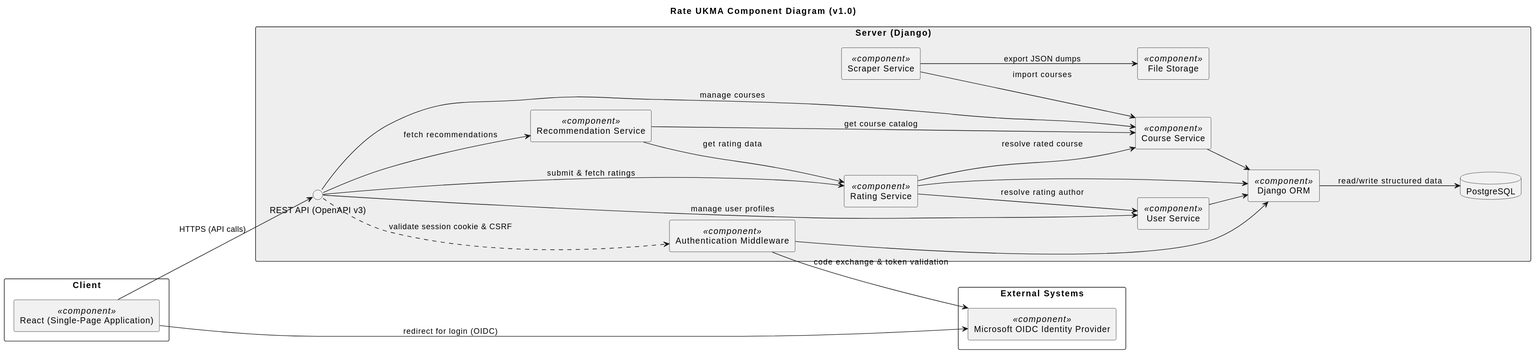
Above: docs/architecture/uml/component-diagram.svg in ukma-cs-ssdm-2025/rate-ukma (PlantUML), before the change.
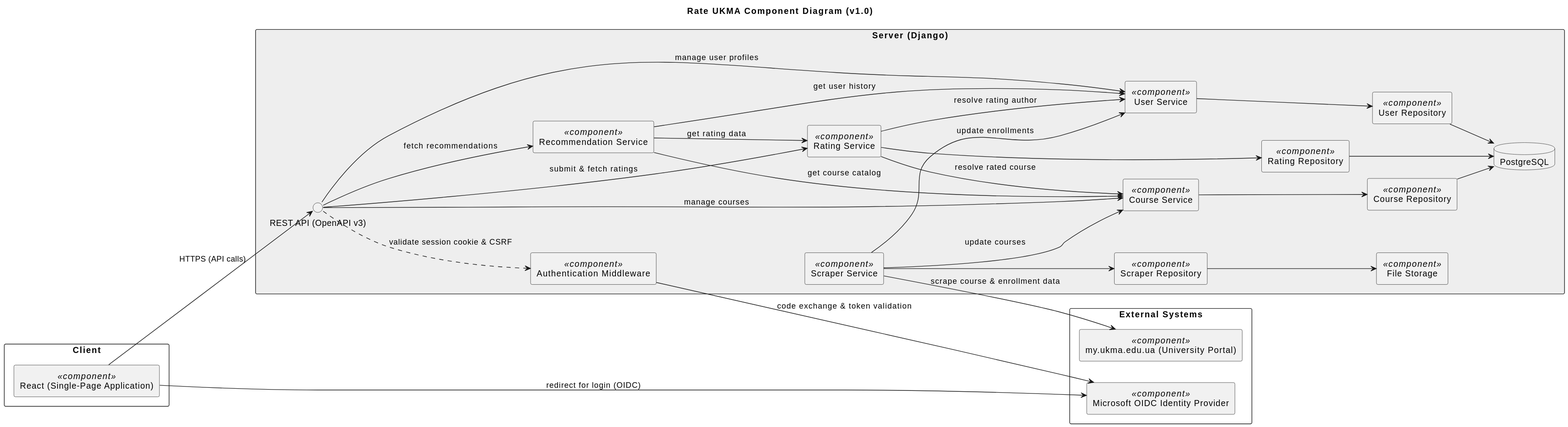
Later version of the same file.

Commit message:
docs(#30): add repositories, ukma portal and missing relations

The edit, as a diff of the source:
```diff
@@ -11,6 +11,7 @@
 
 package "External Systems" {
   [Microsoft OIDC Identity Provider] <<component>> as MicrosoftOIDC
+  [my.ukma.edu.ua (University Portal)] <<component>> as UkmaPortal
 }
 
 package "Server (Django)" #EEE {
@@ -23,10 +24,14 @@
   [Course Service]           <<component>> as CourseService
   [User Service]             <<component>> as UserService
   [Scraper Service]          <<component>> as ScraperService
-  [Django ORM]               <<component>> as DjangoORM
-  [File Storage]             <<component>> as FileStorage
 
-  database "PostgreSQL" as PostgreSQL
+  [Course Repository]        <<component>> as CourseRepository
+  [Rating Repository]        <<component>> as RatingRepository
+  [User Repository]          <<component>> as UserRepository
+  [Scraper Repository]       <<component>> as ScraperRepository
+
+  [File Storage]     <<component>> as FileStorage
+  database "PostgreSQL"      as PostgreSQL
 
   RestFacade --> RecommendationService : fetch recommendations
   RestFacade --> RatingService         : submit & fetch ratings
@@ -37,21 +42,25 @@
 
   RecommendationService --> RatingService   : get rating data
   RecommendationService --> CourseService   : get course catalog
+  RecommendationService --> UserService     : get user history
   RatingService         --> UserService     : resolve rating author
   RatingService         --> CourseService   : resolve rated course
-  ScraperService        --> CourseService   : import courses
+  ScraperService        --> CourseService   : update courses
+  ScraperService        --> UserService     : update enrollments
 
-  AuthMiddleware  --> DjangoORM
-  CourseService   --> DjangoORM
-  RatingService   --> DjangoORM
-  UserService     --> DjangoORM
+  CourseService   --> CourseRepository
+  RatingService   --> RatingRepository
+  UserService     --> UserRepository
+  ScraperService  --> ScraperRepository
 
-  DjangoORM --> PostgreSQL : read/write structured data
-
-  ScraperService --> FileStorage : export JSON dumps
+  CourseRepository   --> PostgreSQL
+  RatingRepository   --> PostgreSQL
+  UserRepository     --> PostgreSQL
+  ScraperRepository  --> FileStorage
 }
 
 WebApp --> RestFacade       : HTTPS (API calls)
 WebApp --> MicrosoftOIDC    : redirect for login (OIDC)
 AuthMiddleware --> MicrosoftOIDC : code exchange & token validation
+ScraperService --> UkmaPortal    : scrape course & enrollment data
 @enduml
```
